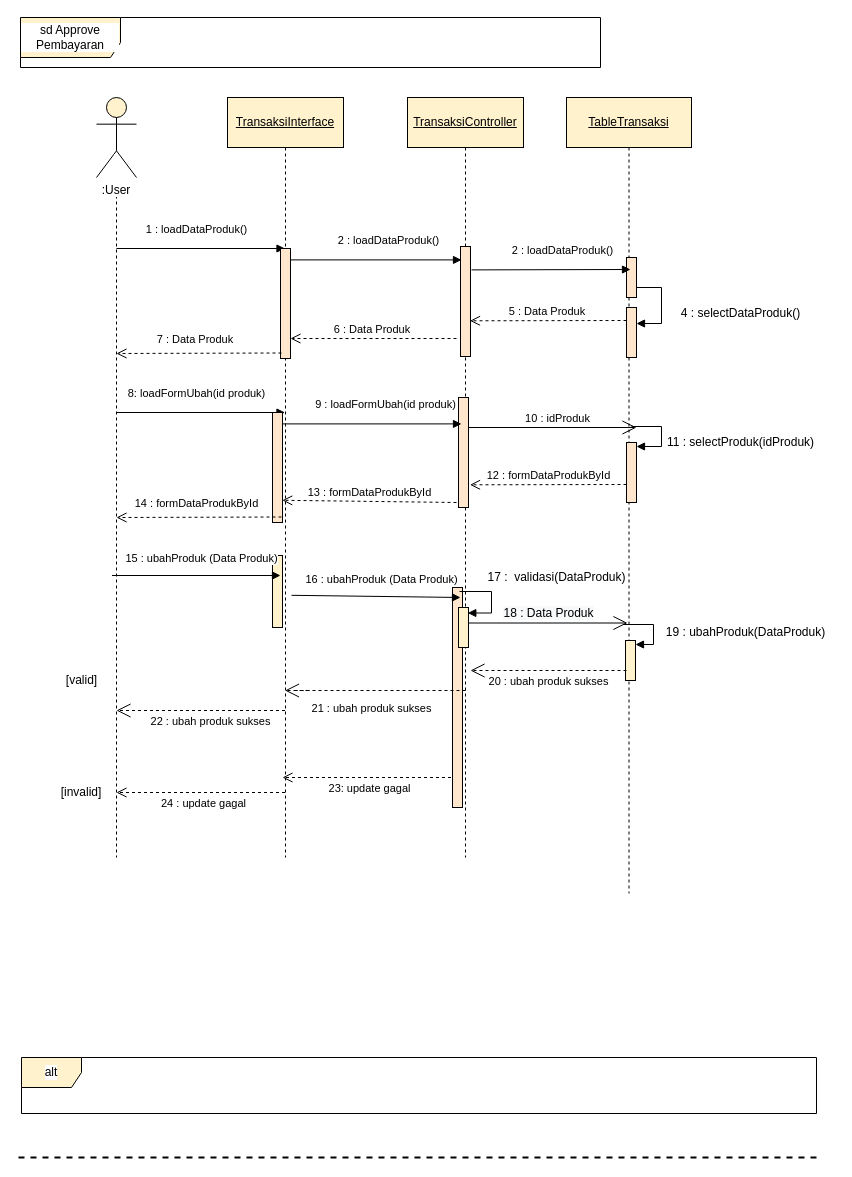
Above: page "sq Approve Pembayaran\" (33 of 35) of Revisi 2/diagram/diagram.drawio in Maratussholikha11/TUGAS-AKHIR-MAR2 (draw.io), before the change. Source tidied: cells renumbered, new cells numbered last; positions are measured from the earlier drawing's top-left corner, leaving out a move shared by most shapes. Both pictures are drawn from the tidied source at 100%, with x=0, y=0 at pixel (18, 17).
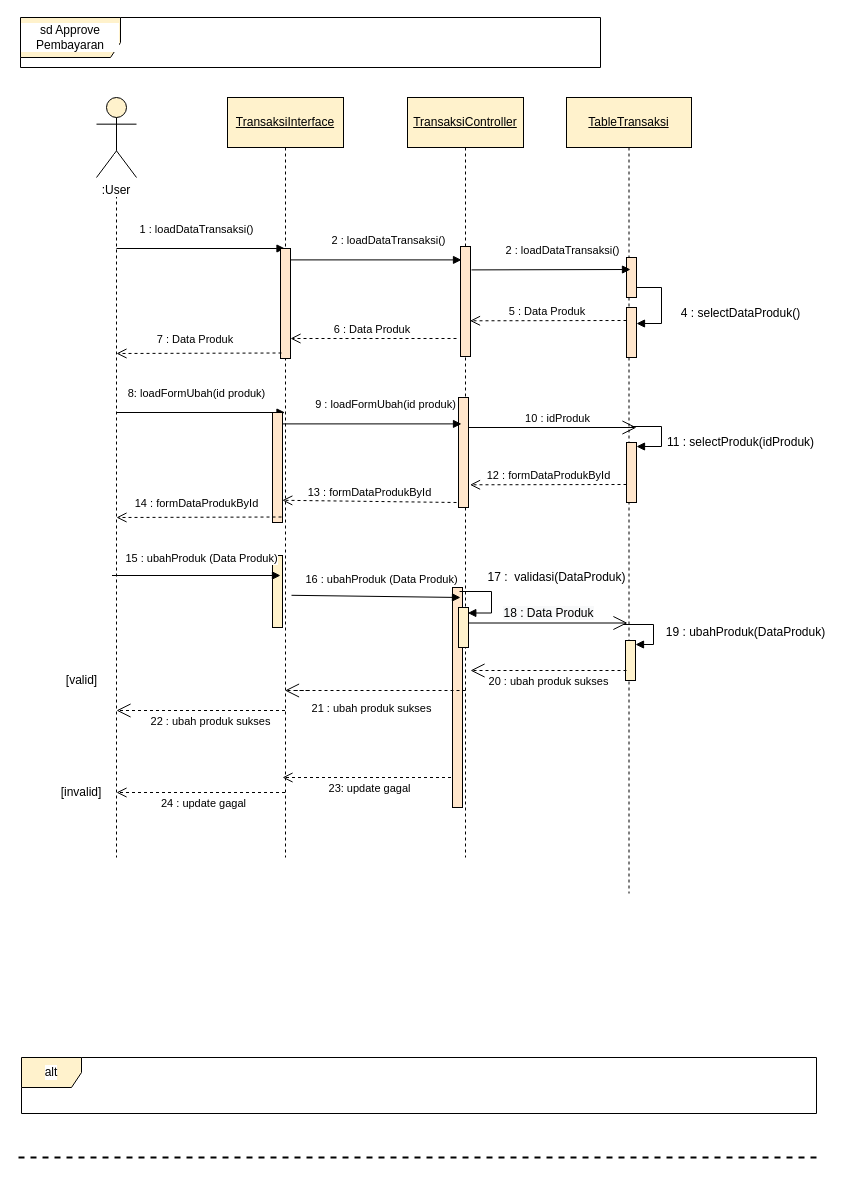
The same page after the edit.

The change refers to these unchanged cells:
```xml
<mxCell id="37" style="html=1;points=[];perimeter=orthogonalPerimeter;labelBackgroundColor=#FFFFFF;strokeColor=#000000;fillColor=#ffe6cc;" parent="1" vertex="1">
  <mxGeometry x="262" y="231" width="10" height="110" as="geometry" />
</mxCell>
```

The edit, as a diff of the source:
```diff
@@
-    <mxCell id="36" value="1 : loadDataProduk()" style="html=1;verticalAlign=bottom;endArrow=block;rounded=0;" parent="1" edge="1">
+    <mxCell id="36" value="1 : loadDataTransaksi()" style="html=1;verticalAlign=bottom;endArrow=block;rounded=0;" parent="1" edge="1">
       <mxGeometry x="-0.05" y="10" relative="1" as="geometry">
         <mxPoint x="98" y="231" as="sourcePoint" />
         <mxPoint x="266.5" y="231" as="targetPoint" />
       </mxGeometry>
     </mxCell>
@@
-    <mxCell id="42" value="2 : loadDataProduk()" style="html=1;verticalAlign=bottom;endArrow=block;rounded=0;entryX=0.102;entryY=0.013;entryDx=0;entryDy=0;entryPerimeter=0;" parent="1" edge="1" source="37">
+    <mxCell id="42" value="2 : loadDataTransaksi()" style="html=1;verticalAlign=bottom;endArrow=block;rounded=0;entryX=0.102;entryY=0.013;entryDx=0;entryDy=0;entryPerimeter=0;" parent="1" edge="1" source="37">
       <mxGeometry x="0.15" y="10" relative="1" as="geometry">
         <mxPoint x="443" y="242.4" as="targetPoint" />
       </mxGeometry>
     </mxCell>
@@
-    <mxCell id="50" value="2 : loadDataProduk()" style="html=1;verticalAlign=bottom;endArrow=block;rounded=0;" parent="1" edge="1">
+    <mxCell id="50" value="2 : loadDataTransaksi()" style="html=1;verticalAlign=bottom;endArrow=block;rounded=0;" parent="1" edge="1">
       <mxGeometry x="0.15" y="10" relative="1" as="geometry">
         <mxPoint x="453" y="252.4" as="sourcePoint" />
         <mxPoint x="612" y="252" as="targetPoint" />
       </mxGeometry>
     </mxCell>
```
